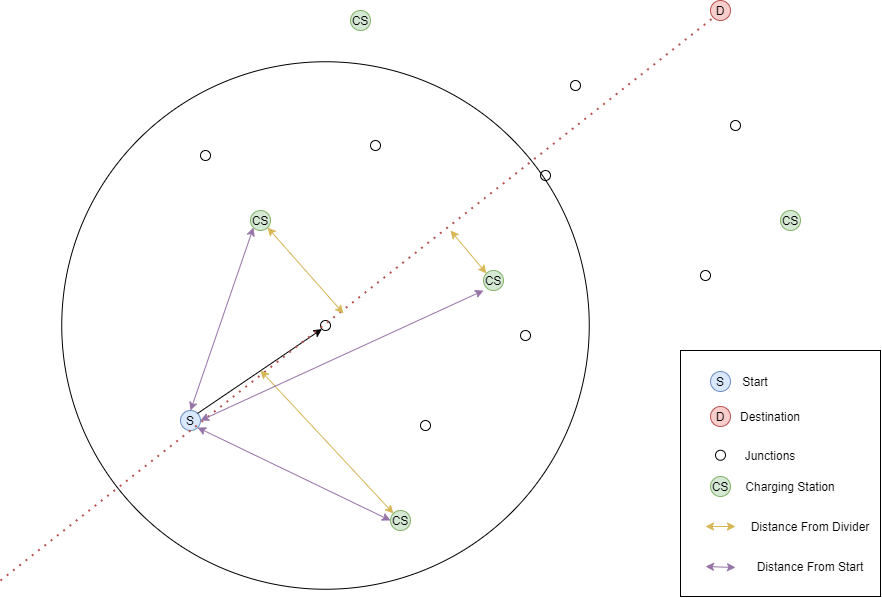
Above: Report/images/CSSelection.png in c-mansfield/EVDetourRouting (draw.io), before the change. Source tidied: cells renumbered, new cells last; positions are measured from the earlier drawing's top-left corner, leaving out a move shared by most shapes.
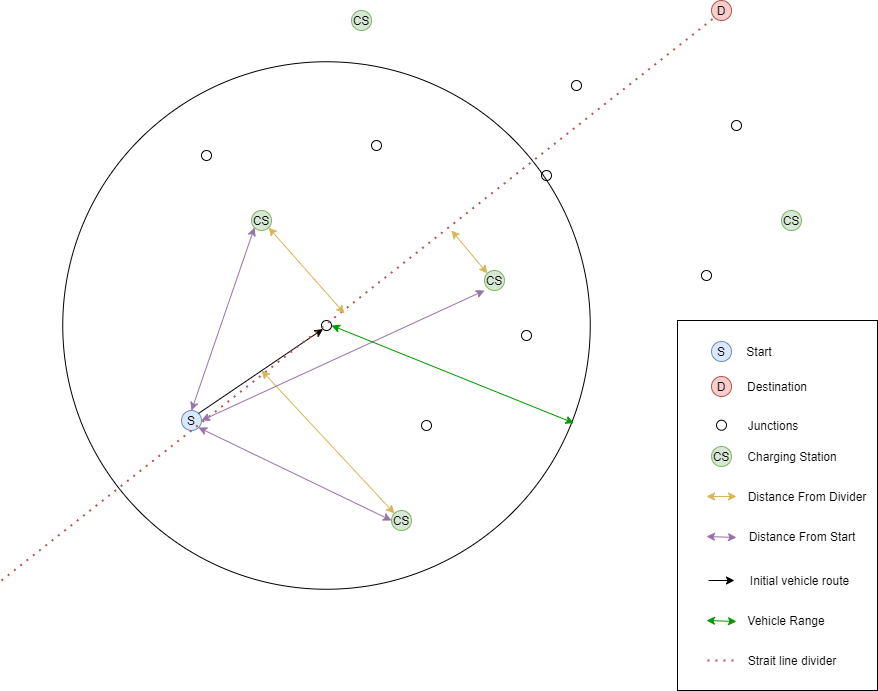
The same diagram one commit later.

What changed in the source:
```diff
@@ -77,41 +77,26 @@
       </mxGeometry>
     </mxCell>
     <mxCell id="24" value="&lt;span style=&quot;font-weight: normal&quot;&gt;D&lt;/span&gt;" style="ellipse;whiteSpace=wrap;html=1;fontStyle=1;fillColor=#f8cecc;strokeColor=#b85450;" parent="1" vertex="1">
-      <mxGeometry x="710" y="406" width="20" height="20" as="geometry" />
+      <mxGeometry x="710" y="376" width="20" height="20" as="geometry" />
     </mxCell>
     <mxCell id="25" style="rounded=0;whiteSpace=wrap;html=1;fillColor=none;" parent="1" vertex="1">
-      <mxGeometry x="680" y="350" width="200" height="246" as="geometry" />
+      <mxGeometry x="676" y="320" width="200" height="370" as="geometry" />
     </mxCell>
-    <mxCell id="26" value="Destination" style="text;html=1;strokeColor=none;fillColor=none;align=center;verticalAlign=middle;whiteSpace=wrap;rounded=0;" parent="1" vertex="1">
-      <mxGeometry x="740" y="406" width="60" height="20" as="geometry" />
-    </mxCell>
     <mxCell id="27" value="S" style="ellipse;whiteSpace=wrap;html=1;fontStyle=0;fillColor=#dae8fc;strokeColor=#6c8ebf;" parent="1" vertex="1">
-      <mxGeometry x="710" y="371" width="20" height="20" as="geometry" />
+      <mxGeometry x="710" y="341" width="20" height="20" as="geometry" />
     </mxCell>
-    <mxCell id="28" value="Start" style="text;html=1;strokeColor=none;fillColor=none;align=center;verticalAlign=middle;whiteSpace=wrap;rounded=0;" parent="1" vertex="1">
-      <mxGeometry x="740" y="371" width="30" height="20" as="geometry" />
-    </mxCell>
-    <mxCell id="29" value="Junctions" style="text;html=1;strokeColor=none;fillColor=none;align=center;verticalAlign=middle;whiteSpace=wrap;rounded=0;" parent="1" vertex="1">
-      <mxGeometry x="740" y="444.8" width="60" height="20" as="geometry" />
-    </mxCell>
     <mxCell id="30" style="ellipse;whiteSpace=wrap;html=1;fontStyle=1;" parent="1" vertex="1">
-      <mxGeometry x="715" y="449.8" width="10" height="10" as="geometry" />
+      <mxGeometry x="715" y="419.8" width="10" height="10" as="geometry" />
     </mxCell>
-    <mxCell id="31" value="Charging Station" style="text;html=1;strokeColor=none;fillColor=none;align=center;verticalAlign=middle;whiteSpace=wrap;rounded=0;" parent="1" vertex="1">
-      <mxGeometry x="740" y="476" width="100" height="20" as="geometry" />
-    </mxCell>
     <mxCell id="32" value="CS" style="ellipse;whiteSpace=wrap;html=1;fontStyle=0;fillColor=#d5e8d4;strokeColor=#82b366;" parent="1" vertex="1">
-      <mxGeometry x="710" y="476" width="20" height="20" as="geometry" />
+      <mxGeometry x="710" y="446" width="20" height="20" as="geometry" />
     </mxCell>
     <mxCell id="33" style="endArrow=classic;startArrow=classic;html=1;entryX=1;entryY=1;entryDx=0;entryDy=0;fillColor=#fff2cc;strokeColor=#d6b656;" parent="1" edge="1">
       <mxGeometry relative="1" as="geometry">
-        <mxPoint x="735" y="526" as="sourcePoint" />
-        <mxPoint x="705" y="526" as="targetPoint" />
+        <mxPoint x="735" y="496" as="sourcePoint" />
+        <mxPoint x="705" y="496" as="targetPoint" />
       </mxGeometry>
     </mxCell>
-    <mxCell id="34" value="Distance From Divider" style="text;html=1;strokeColor=none;fillColor=none;align=center;verticalAlign=middle;whiteSpace=wrap;rounded=0;" parent="1" vertex="1">
-      <mxGeometry x="740" y="516" width="140" height="20" as="geometry" />
-    </mxCell>
     <mxCell id="35" style="endArrow=classic;startArrow=classic;html=1;fillColor=#e1d5e7;strokeColor=#9673a6;" parent="1" edge="1">
       <mxGeometry relative="1" as="geometry">
         <mxPoint x="200" y="420" as="sourcePoint" />
@@ -128,12 +113,59 @@
     </mxCell>
     <mxCell id="38" style="endArrow=classic;startArrow=classic;html=1;fillColor=#e1d5e7;strokeColor=#9673a6;" parent="1" edge="1">
       <mxGeometry relative="1" as="geometry">
-        <mxPoint x="705" y="566" as="sourcePoint" />
-        <mxPoint x="735" y="567" as="targetPoint" />
+        <mxPoint x="705" y="536" as="sourcePoint" />
+        <mxPoint x="735" y="537" as="targetPoint" />
       </mxGeometry>
     </mxCell>
+    <mxCell id="40" style="endArrow=classic;html=1;" parent="1" edge="1">
+      <mxGeometry relative="1" as="geometry">
+        <mxPoint x="707" y="580" as="sourcePoint" />
+        <mxPoint x="733" y="580" as="targetPoint" />
+      </mxGeometry>
+    </mxCell>
+    <mxCell id="34" value="Distance From Divider" style="text;html=1;strokeColor=none;fillColor=none;align=center;verticalAlign=middle;whiteSpace=wrap;rounded=0;" parent="1" vertex="1">
+      <mxGeometry x="741" y="486" width="130" height="20" as="geometry" />
+    </mxCell>
+    <mxCell id="29" value="Junctions" style="text;html=1;strokeColor=none;fillColor=none;align=center;verticalAlign=middle;whiteSpace=wrap;rounded=0;" parent="1" vertex="1">
+      <mxGeometry x="742" y="414.8" width="60" height="20" as="geometry" />
+    </mxCell>
+    <mxCell id="26" value="Destination" style="text;html=1;strokeColor=none;fillColor=none;align=center;verticalAlign=middle;whiteSpace=wrap;rounded=0;" parent="1" vertex="1">
+      <mxGeometry x="746" y="376" width="60" height="20" as="geometry" />
+    </mxCell>
+    <mxCell id="28" value="Start" style="text;html=1;strokeColor=none;fillColor=none;align=center;verticalAlign=middle;whiteSpace=wrap;rounded=0;" parent="1" vertex="1">
+      <mxGeometry x="743" y="341" width="30" height="20" as="geometry" />
+    </mxCell>
+    <mxCell id="31" value="Charging Station" style="text;html=1;strokeColor=none;fillColor=none;align=center;verticalAlign=middle;whiteSpace=wrap;rounded=0;" parent="1" vertex="1">
+      <mxGeometry x="741" y="446" width="100" height="20" as="geometry" />
+    </mxCell>
     <mxCell id="39" value="Distance From Start" style="text;html=1;strokeColor=none;fillColor=none;align=center;verticalAlign=middle;whiteSpace=wrap;rounded=0;" parent="1" vertex="1">
-      <mxGeometry x="740" y="556" width="140" height="20" as="geometry" />
+      <mxGeometry x="731" y="526" width="140" height="20" as="geometry" />
     </mxCell>
+    <mxCell id="41" value="Initial vehicle route" style="text;html=1;strokeColor=none;fillColor=none;align=center;verticalAlign=middle;whiteSpace=wrap;rounded=0;" parent="1" vertex="1">
+      <mxGeometry x="746" y="570" width="105" height="20" as="geometry" />
+    </mxCell>
+    <mxCell id="42" style="endArrow=classic;startArrow=classic;html=1;entryX=0.969;entryY=0.685;entryDx=0;entryDy=0;entryPerimeter=0;fillColor=#60a917;strokeColor=#009900;" parent="1" edge="1" target="17">
+      <mxGeometry relative="1" as="geometry">
+        <mxPoint x="330" y="325" as="sourcePoint" />
+      </mxGeometry>
+    </mxCell>
+    <mxCell id="43" style="endArrow=classic;startArrow=classic;html=1;fillColor=#60a917;strokeColor=#009900;" parent="1" edge="1">
+      <mxGeometry relative="1" as="geometry">
+        <mxPoint x="705" y="620" as="sourcePoint" />
+        <mxPoint x="735" y="621" as="targetPoint" />
+      </mxGeometry>
+    </mxCell>
+    <mxCell id="44" value="Vehicle Range" style="text;html=1;strokeColor=none;fillColor=none;align=center;verticalAlign=middle;whiteSpace=wrap;rounded=0;" parent="1" vertex="1">
+      <mxGeometry x="715" y="610" width="140" height="20" as="geometry" />
+    </mxCell>
+    <mxCell id="45" style="endArrow=none;dashed=1;html=1;dashPattern=1 3;strokeWidth=2;fillColor=#f8cecc;strokeColor=#b85450;" parent="1" edge="1">
+      <mxGeometry relative="1" as="geometry">
+        <mxPoint x="706" y="660" as="sourcePoint" />
+        <mxPoint x="734" y="660" as="targetPoint" />
+      </mxGeometry>
+    </mxCell>
+    <mxCell id="46" value="Strait line divider" style="text;html=1;strokeColor=none;fillColor=none;align=center;verticalAlign=middle;whiteSpace=wrap;rounded=0;" parent="1" vertex="1">
+      <mxGeometry x="721" y="650" width="140" height="20" as="geometry" />
+    </mxCell>
   </root>
 </mxGraphModel>
```
